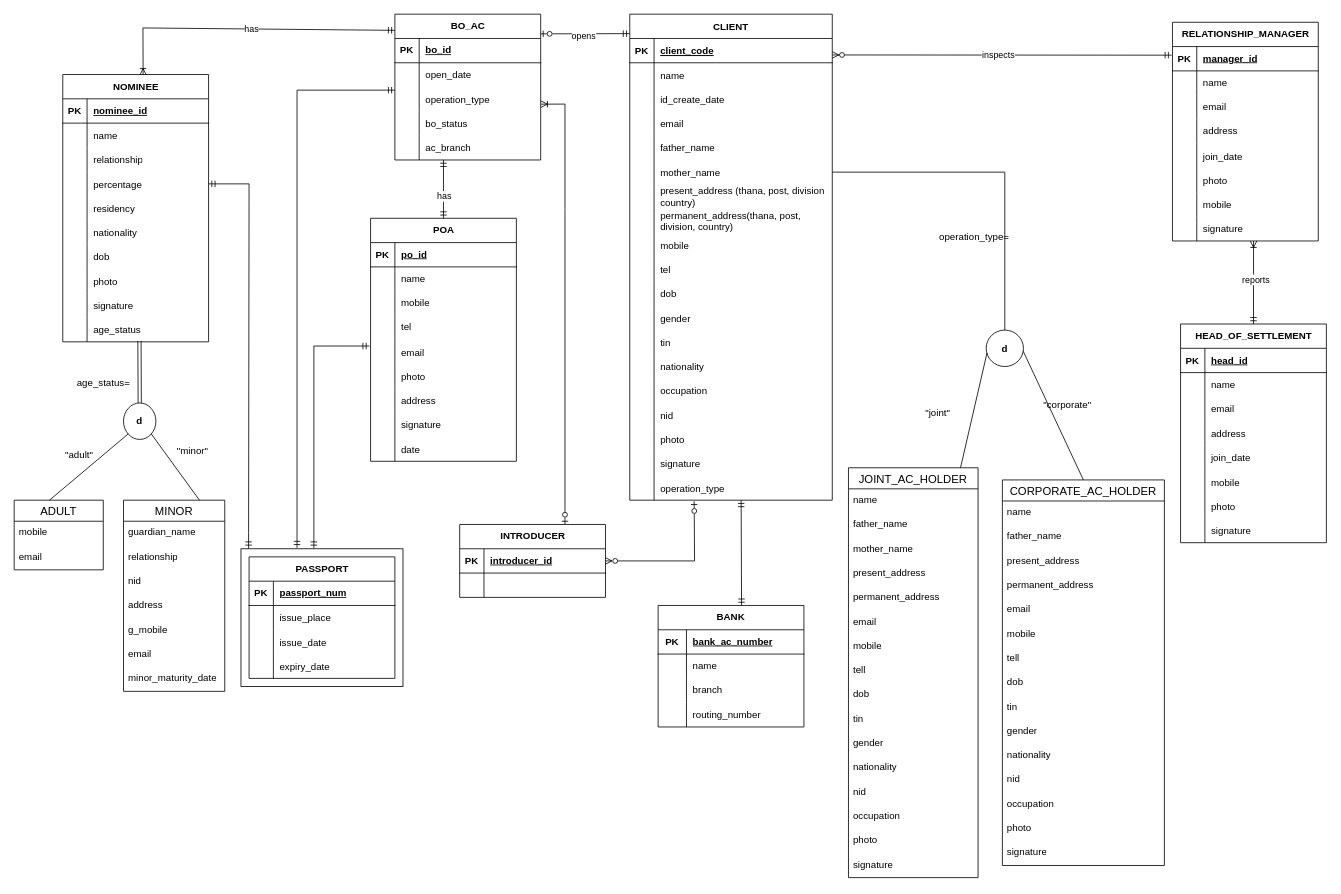
This is report/ERD.drawio from MohaiminAlif/LankabanglaUniProject, a draw.io file, before an edit. Source tidied: cells renumbered, new cells numbered last; positions are measured from the earlier drawing's top-left corner, leaving out a move shared by most shapes. Both pictures are drawn from the tidied source at 81%, with x=0, y=0 at pixel (14, 14).
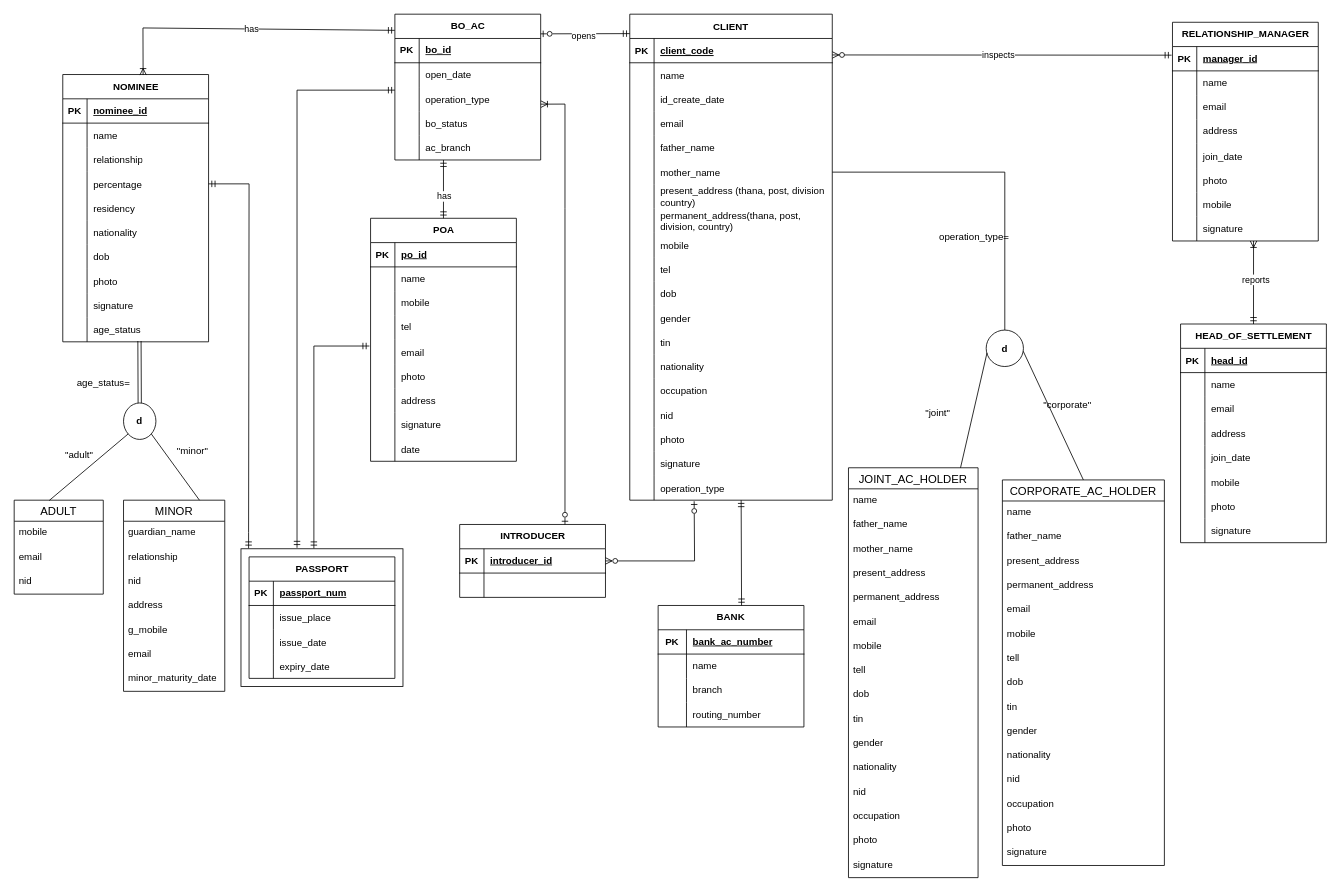
The same page after the edit.

Commit message (it also covers changes not shown here):
erd and schema updadted

Diff of the diagram source:
```diff
@@
     <mxCell id="114" value="ADULT" style="swimlane;fontStyle=0;horizontal=1;startSize=26;align=center;fontSize=14;" parent="1" vertex="1">
-      <mxGeometry y="600" width="110" height="86" as="geometry" />
+      <mxGeometry y="600" width="110" height="116" as="geometry" />
     </mxCell>
@@
+    <mxCell id="293" value="nid&lt;br&gt;" style="text;strokeColor=none;fillColor=none;spacingLeft=4;spacingRight=4;overflow=hidden;fontSize=12;whiteSpace=wrap;html=1;" parent="114" vertex="1">
+      <mxGeometry y="86" width="110" height="30" as="geometry" />
+    </mxCell>
```
